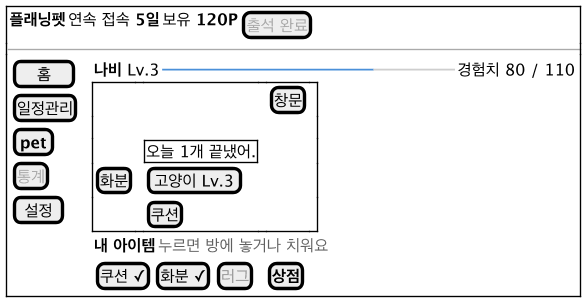
Before: docs/diagrams/ui-pet.png, a diagram exported from PlantUML (2026-2-software-system-design-11/planning-pet-app). Source of this version:
```plantuml
@startsalt ui-pet
!include ui-common.iuml
{+
  { <b>플래닝펫</b> | 연속 접속 <b>5일</b> | 보유 <b>120P</b> | [<color:#AAAAAA>출석 완료</color>] }
  --
  {
    {
      [  홈  ]
      [일정관리]
      [<b>pet</b>]
      [<color:#AAAAAA>통계</color>]
      [ 설정 ]
    } | . |
    {
      { <b>나비</b> Lv.3 | <color:#4A90D9>━━━━━━━━━━━━━</color><color:#CCCCCC>━━━━━</color> | 경험치 80 / 110 }
      {+
        .  | . | . | . | [창문] | .
        .  | . | . | . | . | .
        .  | . | {+ 오늘 1개 끝냈어. } | . | . | .
        [화분] | . | [고양이 Lv.3] | . | . | .
        .  | . | [쿠션] | . | . | .
      }
      { <b>내 아이템</b> | <color:#666666>누르면 방에 놓거나 치워요</color> }
      { [쿠션 ✓] | [화분 ✓] | [<color:#999999>러그</color>] | . | [<b>상점</b>] }
    }
  }
}
@endsalt
```
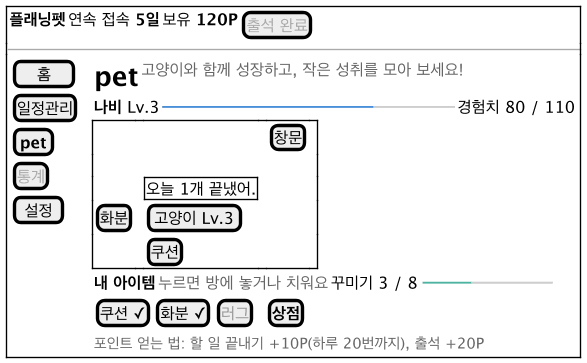
The same diagram one commit later.

The edit, as a diff of the source:
```diff
@@ -12,6 +12,7 @@
       [ 설정 ]
     } | . |
     {
+      { <size:20><b>pet</b></size> | <color:#666666>고양이와 함께 성장하고, 작은 성취를 모아 보세요!</color> }
       { <b>나비</b> Lv.3 | <color:#4A90D9>━━━━━━━━━━━━━</color><color:#CCCCCC>━━━━━</color> | 경험치 80 / 110 }
       {+
         .  | . | . | . | [창문] | .
@@ -20,8 +21,9 @@
         [화분] | . | [고양이 Lv.3] | . | . | .
         .  | . | [쿠션] | . | . | .
       }
-      { <b>내 아이템</b> | <color:#666666>누르면 방에 놓거나 치워요</color> }
+      { <b>내 아이템</b> | <color:#666666>누르면 방에 놓거나 치워요</color> | 꾸미기 3 / 8 <color:#4DB4A0>━━━</color><color:#CCCCCC>━━━━━</color> }
       { [쿠션 ✓] | [화분 ✓] | [<color:#999999>러그</color>] | . | [<b>상점</b>] }
+      { <size:11><color:#666666>포인트 얻는 법: 할 일 끝내기 +10P(하루 20번까지), 출석 +20P</color></size> }
     }
   }
 }
```
